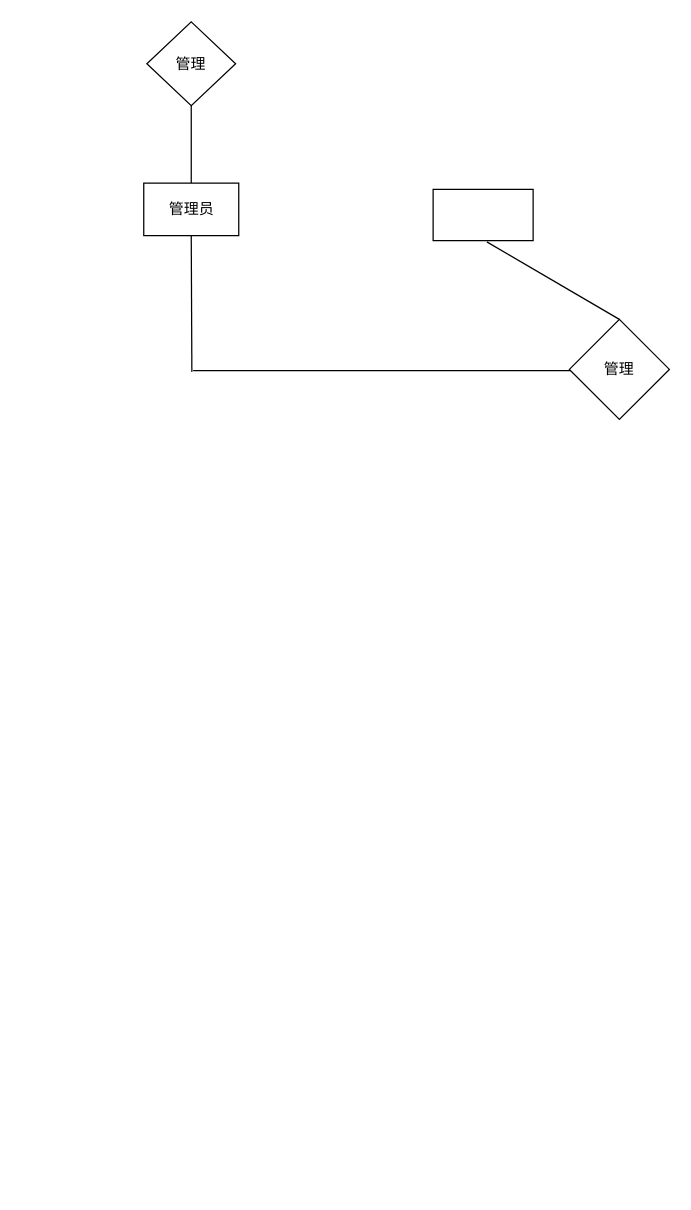
The draw.io diagram 未命名绘图.drawio in Usresmlhr/test, before the edit. Source tidied: cells renumbered, new cells numbered last; positions are measured from the earlier drawing's top-left corner, leaving out a move shared by most shapes. Both pictures are drawn from the tidied source at 125%, with x=0, y=0 at pixel (144, 21).
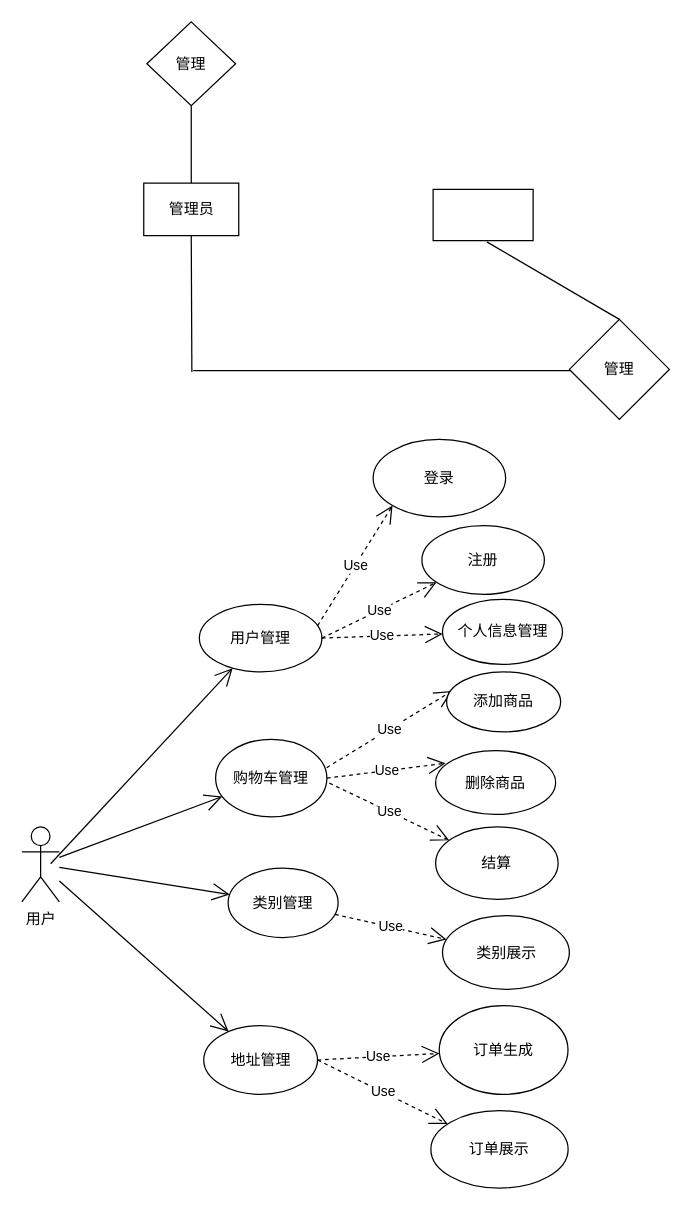
The same diagram, later.

Commit message:
更新未命名绘图.drawio

Diff of the diagram source:
```diff
@@
+    <mxCell id="10" value="用户" style="shape=umlActor;verticalLabelPosition=bottom;verticalAlign=top;html=1;outlineConnect=0;" parent="1" vertex="1">
+      <mxGeometry x="-98" y="644" width="30" height="60" as="geometry" />
+    </mxCell>
+    <mxCell id="11" style="endArrow=open;endFill=1;endSize=12;html=1;rounded=0;" parent="1" edge="1" target="12">
+      <mxGeometry relative="1" as="geometry">
+        <mxPoint x="-75" y="673.5" as="sourcePoint" />
+      </mxGeometry>
+    </mxCell>
+    <mxCell id="12" value="用户管理" style="ellipse;whiteSpace=wrap;html=1;" parent="1" vertex="1">
+      <mxGeometry x="44" y="466" width="98" height="54" as="geometry" />
+    </mxCell>
+    <mxCell id="13" style="endArrow=open;endFill=1;endSize=12;html=1;rounded=0;" parent="1" edge="1" source="10" target="14">
+      <mxGeometry relative="1" as="geometry" />
+    </mxCell>
+    <mxCell id="14" value="购物车管理" style="ellipse;whiteSpace=wrap;html=1;" parent="1" vertex="1">
+      <mxGeometry x="57" y="574" width="89" height="62" as="geometry" />
+    </mxCell>
+    <mxCell id="15" style="endArrow=open;endFill=1;endSize=12;html=1;rounded=0;" parent="1" edge="1" source="10" target="16">
+      <mxGeometry relative="1" as="geometry" />
+    </mxCell>
+    <mxCell id="16" value="类别管理" style="ellipse;whiteSpace=wrap;html=1;" parent="1" vertex="1">
+      <mxGeometry x="67" y="677" width="88" height="55.5" as="geometry" />
+    </mxCell>
+    <mxCell id="17" style="endArrow=open;endFill=1;endSize=12;html=1;rounded=0;" parent="1" edge="1" source="10" target="18">
+      <mxGeometry relative="1" as="geometry" />
+    </mxCell>
+    <mxCell id="18" value="地址管理" style="ellipse;whiteSpace=wrap;html=1;" parent="1" vertex="1">
+      <mxGeometry x="47.5" y="803" width="91" height="55" as="geometry" />
+    </mxCell>
+    <mxCell id="19" value="Use" style="endArrow=open;endSize=12;dashed=1;html=1;rounded=0;exitX=0.965;exitY=0.315;exitDx=0;exitDy=0;exitPerimeter=0;entryX=0;entryY=1;entryDx=0;entryDy=0;" parent="1" edge="1" source="12" target="20">
+      <mxGeometry relative="1" as="geometry" />
+    </mxCell>
+    <mxCell id="20" value="登录" style="ellipse;whiteSpace=wrap;html=1;" parent="1" vertex="1">
+      <mxGeometry x="183" y="334" width="106" height="62" as="geometry" />
+    </mxCell>
+    <mxCell id="21" value="Use" style="endArrow=open;endSize=12;dashed=1;html=1;rounded=0;exitX=1;exitY=0.5;exitDx=0;exitDy=0;" parent="1" edge="1" source="12" target="22">
+      <mxGeometry relative="1" as="geometry" />
+    </mxCell>
+    <mxCell id="22" value="注册" style="ellipse;whiteSpace=wrap;html=1;" parent="1" vertex="1">
+      <mxGeometry x="222" y="403" width="98" height="55" as="geometry" />
+    </mxCell>
+    <mxCell id="23" value="Use" style="endArrow=open;endSize=12;dashed=1;html=1;rounded=0;exitX=1;exitY=0.5;exitDx=0;exitDy=0;" parent="1" edge="1" source="12" target="24">
+      <mxGeometry relative="1" as="geometry" />
+    </mxCell>
+    <mxCell id="24" value="个人信息管理" style="ellipse;whiteSpace=wrap;html=1;" parent="1" vertex="1">
+      <mxGeometry x="238.5" y="462" width="96" height="52" as="geometry" />
+    </mxCell>
+    <mxCell id="25" value="Use" style="endArrow=open;endSize=12;dashed=1;html=1;rounded=0;exitX=0.998;exitY=0.365;exitDx=0;exitDy=0;exitPerimeter=0;entryX=0.048;entryY=0.318;entryDx=0;entryDy=0;entryPerimeter=0;" parent="1" edge="1" source="14" target="26">
+      <mxGeometry relative="1" as="geometry" />
+    </mxCell>
+    <mxCell id="26" value="添加商品" style="ellipse;whiteSpace=wrap;html=1;" parent="1" vertex="1">
+      <mxGeometry x="241.8" y="520" width="91.2" height="48" as="geometry" />
+    </mxCell>
+    <mxCell id="27" value="Use" style="endArrow=open;endSize=12;dashed=1;html=1;rounded=0;exitX=1;exitY=0.5;exitDx=0;exitDy=0;entryX=0.083;entryY=0.198;entryDx=0;entryDy=0;entryPerimeter=0;" parent="1" edge="1" source="14" target="28">
+      <mxGeometry relative="1" as="geometry" />
+    </mxCell>
+    <mxCell id="28" value="删除商品" style="ellipse;whiteSpace=wrap;html=1;" parent="1" vertex="1">
+      <mxGeometry x="233" y="583" width="96" height="51" as="geometry" />
+    </mxCell>
+    <mxCell id="29" value="Use" style="endArrow=open;endSize=12;dashed=1;html=1;rounded=0;" parent="1" edge="1" target="30">
+      <mxGeometry relative="1" as="geometry">
+        <mxPoint x="148" y="609" as="sourcePoint" />
+      </mxGeometry>
+    </mxCell>
+    <mxCell id="30" value="结算" style="ellipse;whiteSpace=wrap;html=1;" parent="1" vertex="1">
+      <mxGeometry x="233" y="644" width="98" height="58" as="geometry" />
+    </mxCell>
+    <mxCell id="31" value="Use" style="endArrow=open;endSize=12;dashed=1;html=1;rounded=0;" parent="1" edge="1" source="16" target="32">
+      <mxGeometry relative="1" as="geometry" />
+    </mxCell>
+    <mxCell id="32" value="类别展示" style="ellipse;whiteSpace=wrap;html=1;" parent="1" vertex="1">
+      <mxGeometry x="238.5" y="715" width="101.5" height="59" as="geometry" />
+    </mxCell>
+    <mxCell id="33" value="Use" style="endArrow=open;endSize=12;dashed=1;html=1;rounded=0;exitX=1;exitY=0.5;exitDx=0;exitDy=0;" parent="1" edge="1" source="18" target="34">
+      <mxGeometry relative="1" as="geometry" />
+    </mxCell>
+    <mxCell id="34" value="订单生成" style="ellipse;whiteSpace=wrap;html=1;" parent="1" vertex="1">
+      <mxGeometry x="235.9" y="787" width="103" height="71" as="geometry" />
+    </mxCell>
+    <mxCell id="35" value="Use" style="endArrow=open;endSize=12;dashed=1;html=1;rounded=0;exitX=1;exitY=0.5;exitDx=0;exitDy=0;" parent="1" edge="1" source="18" target="36">
+      <mxGeometry relative="1" as="geometry" />
+    </mxCell>
+    <mxCell id="36" value="订单展示" style="ellipse;whiteSpace=wrap;html=1;" parent="1" vertex="1">
+      <mxGeometry x="229.2" y="871" width="109.8" height="62" as="geometry" />
+    </mxCell>
```
